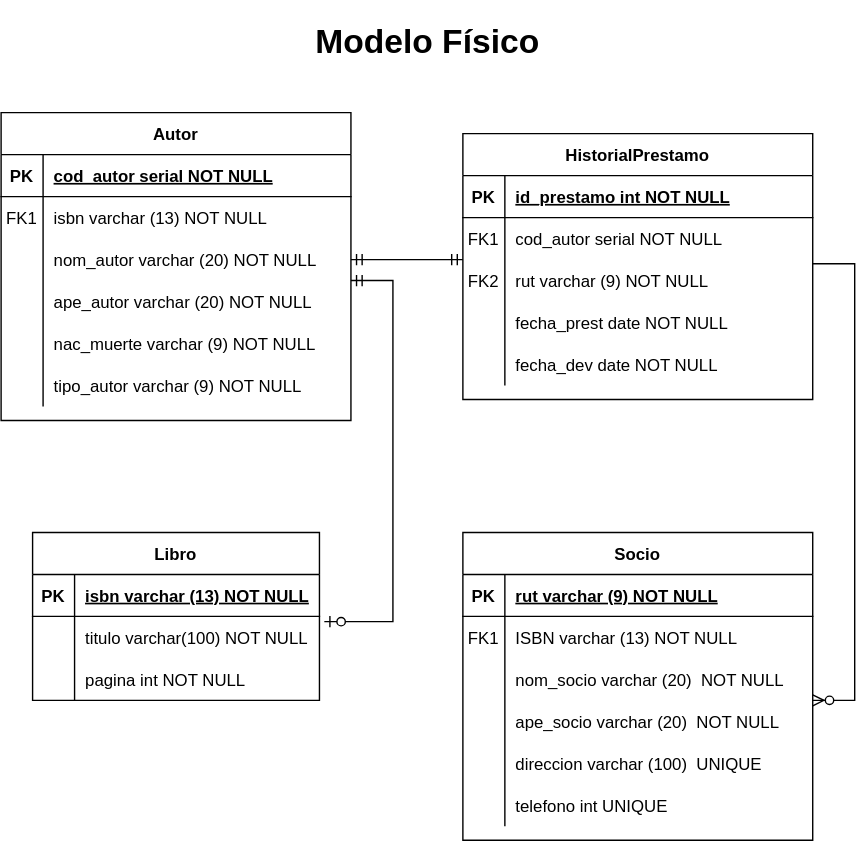
Earlier version of the draw.io export Modelo fisico.drawio.svg (FranSantander/-Biblioteca). Source tidied: cells renumbered, new cells last; positions are measured from the earlier drawing's top-left corner, leaving out a move shared by most shapes.
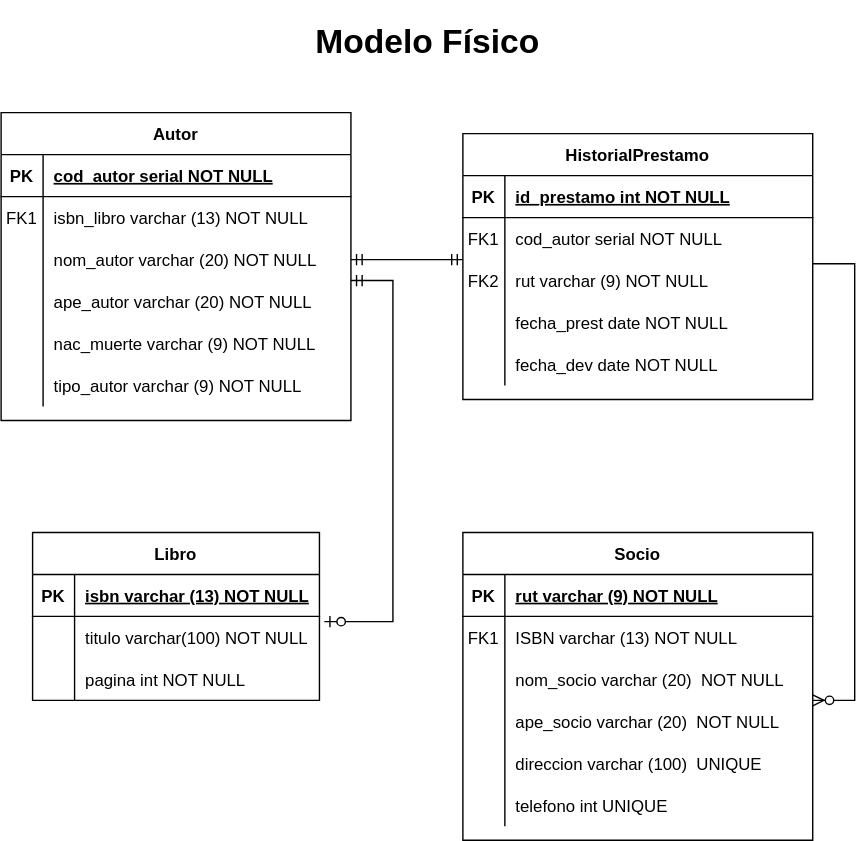
After the commit.

Change to the diagram source:
```diff
@@ -142,7 +142,7 @@
     <mxCell id="46" value="FK1" style="shape=partialRectangle;fillColor=none;top=0;left=0;bottom=0;right=0;overflow=hidden;" parent="45" vertex="1">
       <mxGeometry width="30" height="30" as="geometry" />
     </mxCell>
-    <mxCell id="47" value="isbn varchar (13) NOT NULL" style="shape=partialRectangle;fillColor=none;top=0;left=0;bottom=0;right=0;align=left;spacingLeft=6;overflow=hidden;" parent="45" vertex="1">
+    <mxCell id="47" value="isbn_libro varchar (13) NOT NULL" style="shape=partialRectangle;fillColor=none;top=0;left=0;bottom=0;right=0;align=left;spacingLeft=6;overflow=hidden;" parent="45" vertex="1">
       <mxGeometry x="30" width="220" height="30" as="geometry" />
     </mxCell>
     <mxCell id="48" style="shape=tableRow;horizontal=0;startSize=0;swimlaneHead=0;swimlaneBody=0;fillColor=none;top=0;left=0;right=0;bottom=0;" parent="41" vertex="1">
```
